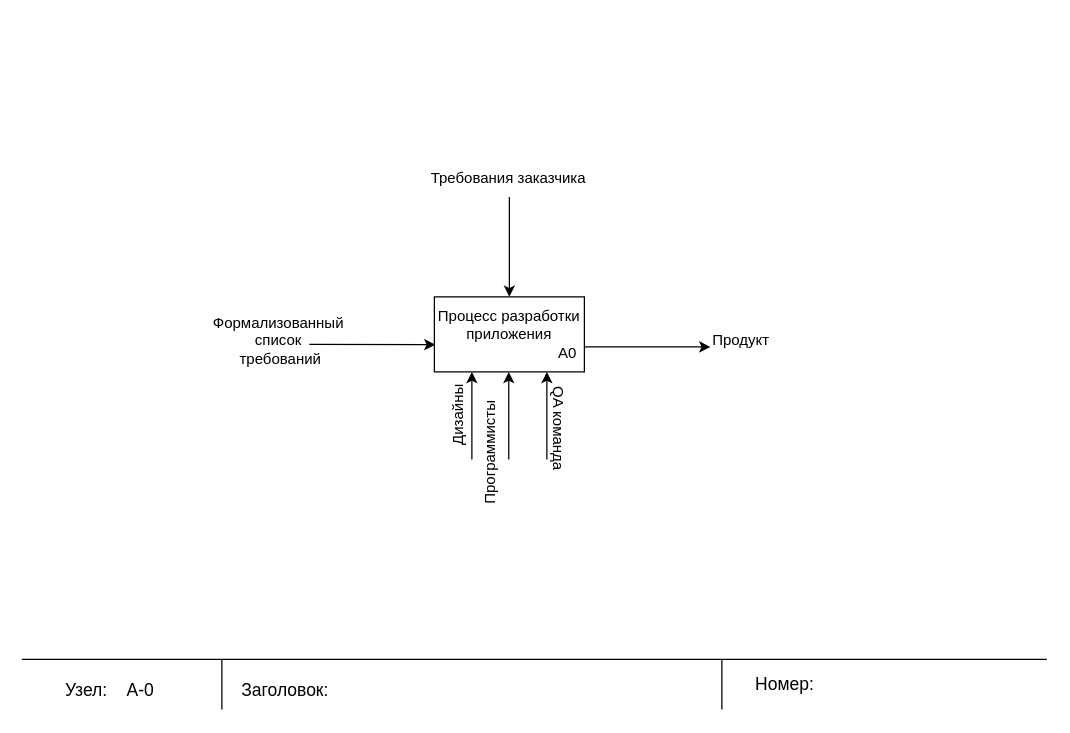
This is page "A-0" (1 of 8) of Biểu đồ không có tiêu đề.drawio from quyettranvu/Lab1_IDEF, a draw.io file, before an edit. Source tidied: cells renumbered, new cells numbered last; positions are measured from the earlier drawing's top-left corner, leaving out a move shared by most shapes. Both pictures are drawn from the tidied source at 125%, with x=0, y=0 at pixel (21, 159).
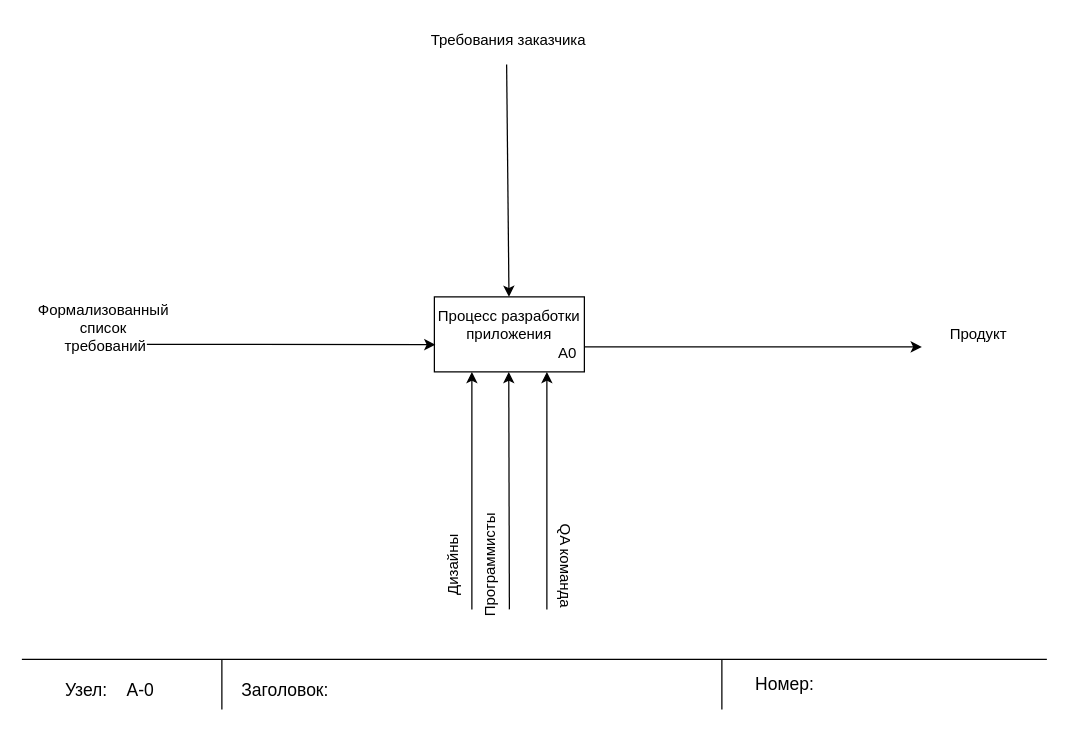
After the change.

The change refers to these unchanged cells:
```xml
<mxCell id="2" value="Процесс разработки приложения&lt;br&gt;&amp;nbsp; &amp;nbsp; &amp;nbsp; &amp;nbsp; &amp;nbsp; &amp;nbsp; &amp;nbsp; &amp;nbsp; &amp;nbsp; &amp;nbsp; &amp;nbsp; &amp;nbsp; &amp;nbsp; &amp;nbsp; A0" style="rounded=0;whiteSpace=wrap;html=1;" parent="1" vertex="1">
  <mxGeometry x="330" y="110" width="120" height="60" as="geometry" />
</mxCell>
```

The edit, as a diff of the source:
```diff
@@
     <mxCell id="3" style="endArrow=classic;html=1;rounded=1;entryX=0.007;entryY=0.637;entryDx=0;entryDy=0;entryPerimeter=0;" parent="1" edge="1" target="2">
       <mxGeometry relative="1" as="geometry">
-        <mxPoint x="230" y="148" as="sourcePoint" />
+        <mxPoint x="100" y="148" as="sourcePoint" />
       </mxGeometry>
     </mxCell>
-    <mxCell id="4" style="endArrow=classic;html=1;rounded=1;entryX=0.007;entryY=0.637;entryDx=0;entryDy=0;entryPerimeter=0;" parent="1" edge="1">
+    <mxCell id="4" style="endArrow=classic;html=1;rounded=1;" parent="1" edge="1">
       <mxGeometry relative="1" as="geometry">
         <mxPoint x="450" y="150" as="sourcePoint" />
-        <mxPoint x="550.8" y="150" as="targetPoint" />
+        <mxPoint x="720" y="150" as="targetPoint" />
       </mxGeometry>
     </mxCell>
-    <mxCell id="5" style="endArrow=classic;html=1;rounded=1;" parent="1" edge="1" target="2">
-      <mxGeometry relative="1" as="geometry">
-        <mxPoint x="390" y="30" as="sourcePoint" />
-      </mxGeometry>
+    <mxCell id="5" style="endArrow=classic;html=1;rounded=1;exitX=0.492;exitY=1.138;exitDx=0;exitDy=0;exitPerimeter=0;" parent="1" edge="1" source="9" target="2">
+      <mxGeometry relative="1" as="geometry" />
     </mxCell>
     <mxCell id="6" style="endArrow=classic;html=1;rounded=1;entryX=0.25;entryY=1;entryDx=0;entryDy=0;" parent="1" edge="1" target="2">
       <mxGeometry relative="1" as="geometry">
-        <mxPoint x="360" y="240" as="sourcePoint" />
+        <mxPoint x="360" y="360" as="sourcePoint" />
       </mxGeometry>
     </mxCell>
     <mxCell id="7" style="endArrow=classic;html=1;rounded=1;entryX=0.25;entryY=1;entryDx=0;entryDy=0;" parent="1" edge="1">
       <mxGeometry relative="1" as="geometry">
-        <mxPoint x="389.5" y="240" as="sourcePoint" />
+        <mxPoint x="390" y="360" as="sourcePoint" />
         <mxPoint x="389.5" y="170" as="targetPoint" />
       </mxGeometry>
     </mxCell>
     <mxCell id="8" style="endArrow=classic;html=1;rounded=1;entryX=0.25;entryY=1;entryDx=0;entryDy=0;" parent="1" edge="1">
       <mxGeometry relative="1" as="geometry">
-        <mxPoint x="420" y="240" as="sourcePoint" />
+        <mxPoint x="420" y="360" as="sourcePoint" />
         <mxPoint x="420" y="170" as="targetPoint" />
       </mxGeometry>
     </mxCell>
     <mxCell id="9" value="Требования заказчика" style="text;html=1;align=center;verticalAlign=middle;points=[];fillColor=none;strokeColor=none;rounded=0;" parent="1" vertex="1">
-      <mxGeometry x="314" width="150" height="30" as="geometry" />
+      <mxGeometry x="314" y="-110" width="150" height="30" as="geometry" />
     </mxCell>
     <mxCell id="10" value="Формализованный&lt;br&gt;список&lt;br&gt;&amp;nbsp;требований" style="text;html=1;align=center;verticalAlign=middle;fillColor=none;strokeColor=none;rounded=0;" parent="1" vertex="1">
-      <mxGeometry x="140" y="115" width="130" height="60" as="geometry" />
+      <mxGeometry y="105" width="130" height="60" as="geometry" />
     </mxCell>
     <mxCell id="11" value="Продукт" style="text;html=1;align=center;verticalAlign=middle;fillColor=none;strokeColor=none;rounded=0;" parent="1" vertex="1">
-      <mxGeometry x="540" y="130" width="70" height="30" as="geometry" />
+      <mxGeometry x="730" y="125" width="70" height="30" as="geometry" />
     </mxCell>
     <mxCell id="12" value="Дизайны" style="text;html=1;align=center;verticalAlign=middle;fillColor=none;strokeColor=none;rounded=0;rotation=270;" parent="1" vertex="1">
-      <mxGeometry x="314" y="190" width="70" height="30" as="geometry" />
+      <mxGeometry x="310" y="310" width="70" height="30" as="geometry" />
     </mxCell>
     <mxCell id="13" value="Программисты" style="text;html=1;align=center;verticalAlign=middle;fillColor=none;strokeColor=none;rounded=0;rotation=270;" parent="1" vertex="1">
-      <mxGeometry x="320" y="220" width="110" height="30" as="geometry" />
+      <mxGeometry x="320" y="310" width="110" height="30" as="geometry" />
     </mxCell>
     <mxCell id="14" value="QA команда" style="text;html=1;align=center;verticalAlign=middle;fillColor=none;strokeColor=none;rounded=0;rotation=90;" parent="1" vertex="1">
-      <mxGeometry x="384" y="200" width="90" height="30" as="geometry" />
+      <mxGeometry x="390" y="310" width="90" height="30" as="geometry" />
     </mxCell>
```
